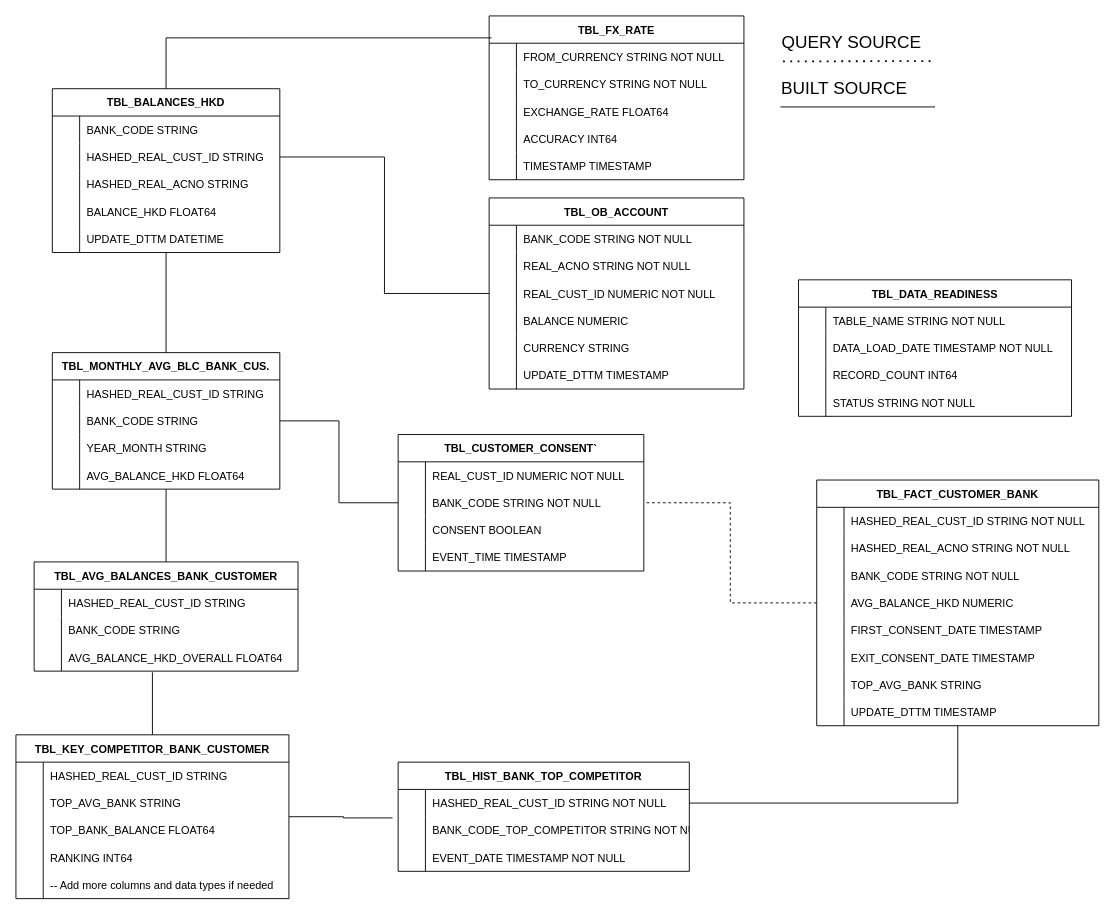
The draw.io diagram docs/ER Diagram.drawio in sfandino/global-banking, before the edit. Source tidied: cells renumbered, new cells numbered last; positions are measured from the earlier drawing's top-left corner, leaving out a move shared by most shapes. Both pictures are drawn from the tidied source at 91%, with x=0, y=0 at pixel (15, 15).
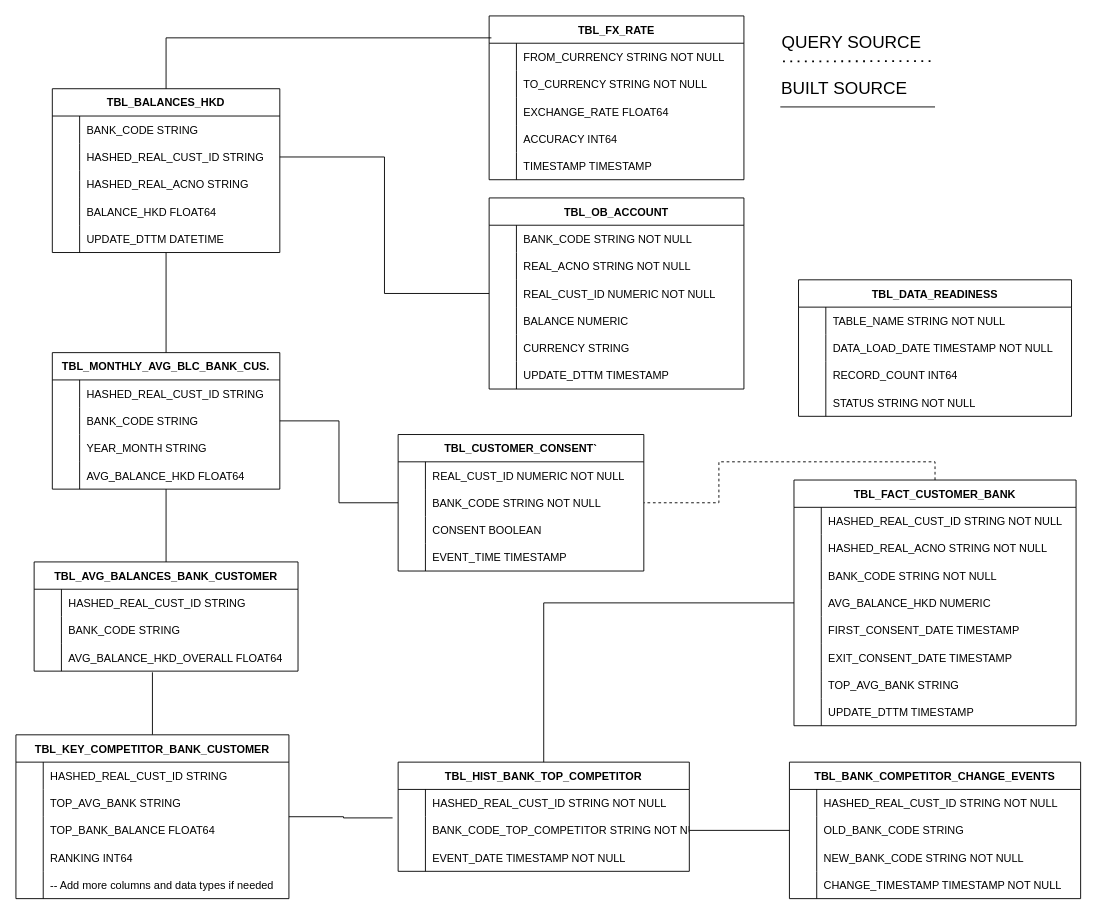
After the change.

The change refers to these unchanged cells:
```xml
<mxCell id="21" value="TBL_CUSTOMER_CONSENT`" style="shape=table;startSize=30;childLayout=tableLayout;rowLines=0;fontStyle=1;align=center;" parent="1" vertex="1">
  <mxGeometry x="420" y="460" width="270" height="150" as="geometry" />
</mxCell>
<mxCell id="50" value="TBL_HIST_BANK_TOP_COMPETITOR" style="shape=table;startSize=30;childLayout=tableLayout;rowLines=0;fontStyle=1;align=center;" parent="1" vertex="1">
  <mxGeometry x="420" y="820" width="320" height="120" as="geometry" />
</mxCell>
<mxCell id="51" style="shape=tableRow;horizontal=0;startSize=0;swimlaneHead=0;swimlaneBody=0;fillColor=none;points=[[0,0.5],[1,0.5]];portConstraint=eastwest;strokeColor=inherit;top=0;left=0;right=0;bottom=0;" parent="50" vertex="1">
  <mxGeometry y="30" width="320" height="30" as="geometry" />
</mxCell>
<mxCell id="54" style="shape=tableRow;horizontal=0;startSize=0;swimlaneHead=0;swimlaneBody=0;fillColor=none;points=[[0,0.5],[1,0.5]];portConstraint=eastwest;strokeColor=inherit;top=0;left=0;right=0;bottom=0;" parent="50" vertex="1">
  <mxGeometry y="60" width="320" height="30" as="geometry" />
</mxCell>
<mxCell id="127" style="shape=tableRow;horizontal=0;startSize=0;swimlaneHead=0;swimlaneBody=0;fillColor=none;points=[[0,0.5],[1,0.5]];portConstraint=eastwest;strokeColor=inherit;top=0;left=0;right=0;bottom=0;" parent="117" vertex="1">
  <mxGeometry y="120" width="310" height="30" as="geometry" />
</mxCell>
```

The edit, as a diff of the source:
```diff
@@
     <mxCell id="117" value="TBL_FACT_CUSTOMER_BANK" style="shape=table;startSize=30;childLayout=tableLayout;rowLines=0;fontStyle=1;align=center;" parent="1" vertex="1">
-      <mxGeometry x="880" y="510" width="310" height="270" as="geometry" />
+      <mxGeometry x="855" y="510" width="310" height="270" as="geometry" />
     </mxCell>
@@
-    <mxCell id="155" style="rounded=0;jettySize=auto;html=1;edgeStyle=orthogonalEdgeStyle;endArrow=none;endFill=0;dashed=1;" parent="1" edge="1" source="117" target="21">
+    <mxCell id="155" style="rounded=0;jettySize=auto;html=1;edgeStyle=orthogonalEdgeStyle;endArrow=none;endFill=0;dashed=1;exitX=0.5;exitY=0;exitDx=0;exitDy=0;" parent="1" edge="1" source="117" target="21">
       <mxGeometry relative="1" as="geometry" />
     </mxCell>
@@
-    <mxCell id="161" style="edgeStyle=orthogonalEdgeStyle;rounded=0;jettySize=auto;html=1;exitX=1;exitY=0.5;exitDx=0;exitDy=0;endArrow=none;endFill=0;" parent="1" edge="1" source="51" target="117">
+    <mxCell id="161" style="edgeStyle=orthogonalEdgeStyle;rounded=0;jettySize=auto;html=1;exitX=0.5;exitY=0;exitDx=0;exitDy=0;endArrow=none;endFill=0;entryX=0;entryY=0.5;entryDx=0;entryDy=0;" parent="1" edge="1" source="50" target="127">
       <mxGeometry relative="1" as="geometry" />
     </mxCell>
@@
+    <mxCell id="166" value="TBL_BANK_COMPETITOR_CHANGE_EVENTS" style="shape=table;startSize=30;childLayout=tableLayout;rowLines=0;fontStyle=1;align=center;" parent="1" vertex="1">
+      <mxGeometry x="850" y="820" width="320" height="150" as="geometry" />
+    </mxCell>
+    <mxCell id="167" style="shape=tableRow;horizontal=0;startSize=0;swimlaneHead=0;swimlaneBody=0;fillColor=none;strokeColor=inherit;top=0;left=0;right=0;bottom=0;" parent="166" vertex="1">
+      <mxGeometry y="30" width="320" height="30" as="geometry" />
+    </mxCell>
+    <mxCell id="168" style="shape=partialRectangle;overflow=hidden;fillColor=none;strokeColor=inherit;top=0;left=0;bottom=0;right=0;" parent="167" vertex="1">
+      <mxGeometry width="30" height="30" as="geometry" />
+    </mxCell>
+    <mxCell id="169" value="HASHED_REAL_CUST_ID STRING NOT NULL" style="shape=partialRectangle;overflow=hidden;fillColor=none;align=left;strokeColor=inherit;top=0;left=0;bottom=0;right=0;spacingLeft=6;" parent="167" vertex="1">
+      <mxGeometry x="30" width="290" height="30" as="geometry" />
+    </mxCell>
+    <mxCell id="170" style="shape=tableRow;horizontal=0;startSize=0;swimlaneHead=0;swimlaneBody=0;fillColor=none;points=[[0,0.5],[1,0.5]];portConstraint=eastwest;strokeColor=inherit;top=0;left=0;right=0;bottom=0;" parent="166" vertex="1">
+      <mxGeometry y="60" width="320" height="30" as="geometry" />
+    </mxCell>
+    <mxCell id="171" style="shape=partialRectangle;overflow=hidden;fillColor=none;strokeColor=inherit;top=0;left=0;bottom=0;right=0;" parent="170" vertex="1">
+      <mxGeometry width="30" height="30" as="geometry" />
+    </mxCell>
+    <mxCell id="172" value="OLD_BANK_CODE STRING" style="shape=partialRectangle;overflow=hidden;fillColor=none;align=left;strokeColor=inherit;top=0;left=0;bottom=0;right=0;spacingLeft=6;" parent="170" vertex="1">
+      <mxGeometry x="30" width="290" height="30" as="geometry" />
+    </mxCell>
+    <mxCell id="173" style="shape=tableRow;horizontal=0;startSize=0;swimlaneHead=0;swimlaneBody=0;fillColor=none;strokeColor=inherit;top=0;left=0;right=0;bottom=0;" parent="166" vertex="1">
+      <mxGeometry y="90" width="320" height="30" as="geometry" />
+    </mxCell>
+    <mxCell id="174" style="shape=partialRectangle;overflow=hidden;fillColor=none;strokeColor=inherit;top=0;left=0;bottom=0;right=0;" parent="173" vertex="1">
+      <mxGeometry width="30" height="30" as="geometry" />
+    </mxCell>
+    <mxCell id="175" value="NEW_BANK_CODE STRING NOT NULL" style="shape=partialRectangle;overflow=hidden;fillColor=none;align=left;strokeColor=inherit;top=0;left=0;bottom=0;right=0;spacingLeft=6;" parent="173" vertex="1">
+      <mxGeometry x="30" width="290" height="30" as="geometry" />
+    </mxCell>
+    <mxCell id="176" style="shape=tableRow;horizontal=0;startSize=0;swimlaneHead=0;swimlaneBody=0;fillColor=none;strokeColor=inherit;top=0;left=0;right=0;bottom=0;" parent="166" vertex="1">
+      <mxGeometry y="120" width="320" height="30" as="geometry" />
+    </mxCell>
+    <mxCell id="177" style="shape=partialRectangle;overflow=hidden;fillColor=none;strokeColor=inherit;top=0;left=0;bottom=0;right=0;" parent="176" vertex="1">
+      <mxGeometry width="30" height="30" as="geometry" />
+    </mxCell>
+    <mxCell id="178" value="CHANGE_TIMESTAMP TIMESTAMP NOT NULL" style="shape=partialRectangle;overflow=hidden;fillColor=none;align=left;strokeColor=inherit;top=0;left=0;bottom=0;right=0;spacingLeft=6;" parent="176" vertex="1">
+      <mxGeometry x="30" width="290" height="30" as="geometry" />
+    </mxCell>
+    <mxCell id="179" style="edgeStyle=orthogonalEdgeStyle;rounded=0;jettySize=auto;html=1;exitX=0;exitY=0.5;exitDx=0;exitDy=0;entryX=1;entryY=0.5;entryDx=0;entryDy=0;endArrow=none;endFill=0;" parent="1" edge="1" source="170" target="54">
+      <mxGeometry relative="1" as="geometry" />
+    </mxCell>
```
